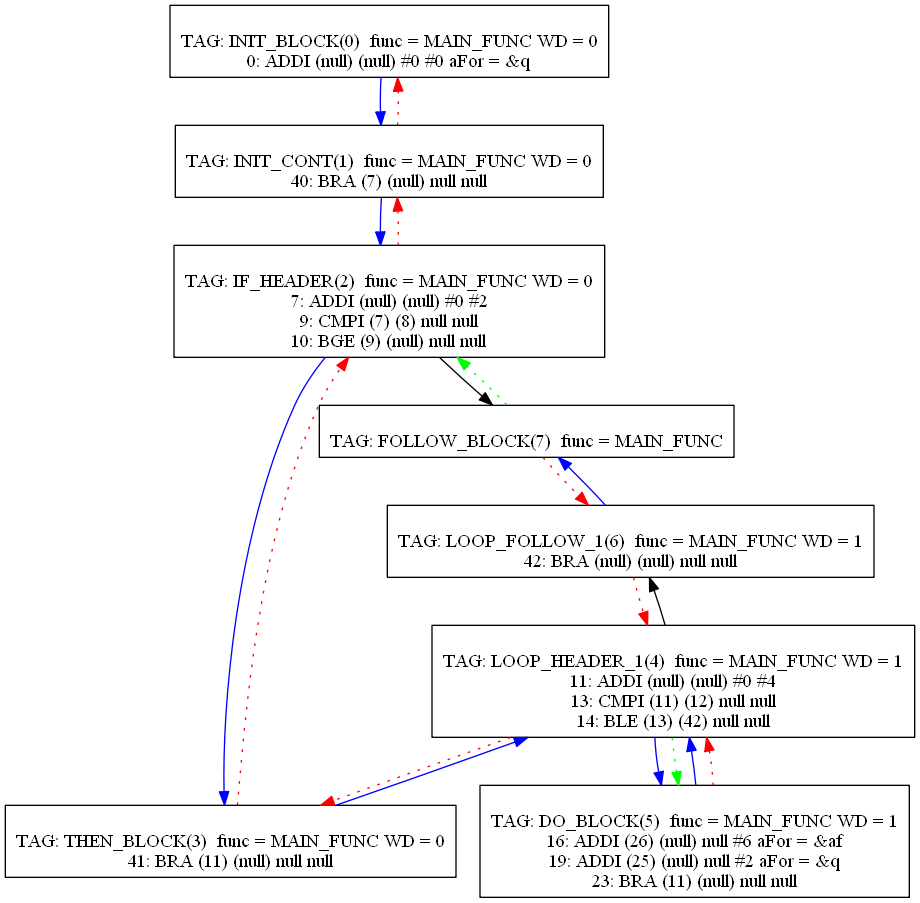
mbajaj92/Project-Astoria keeps this Graphviz diagram as Compiler/29graph.png. Above is the earlier version. Its source is kept beside it as Compiler/29graph.dot.
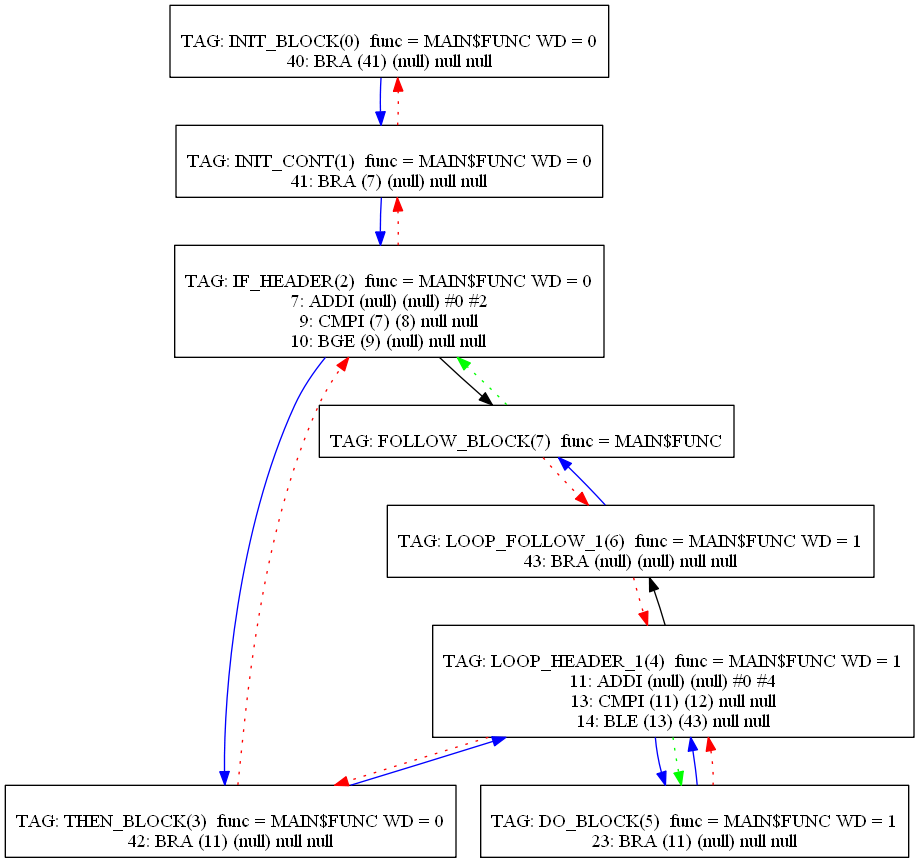
Later version of the same file.

Change to the diagram source:
```diff
@@ -1,19 +1,19 @@
 digraph {
 0[label="
-TAG: INIT_BLOCK(0)  func = MAIN_FUNC WD = 0
-0: ADDI (null) (null) #0 #0 aFor = &q
+TAG: INIT_BLOCK(0)  func = MAIN$FUNC WD = 0
+40: BRA (41) (null) null null
 "];
 0[shape=box];
 0 -> 1[color=blue]
 1[label="
-TAG: INIT_CONT(1)  func = MAIN_FUNC WD = 0
-40: BRA (7) (null) null null
+TAG: INIT_CONT(1)  func = MAIN$FUNC WD = 0
+41: BRA (7) (null) null null
 "];
 1[shape=box];
 1 -> 2[color=blue]
 1 -> 0[color=red][style=dotted]
 2[label="
-TAG: IF_HEADER(2)  func = MAIN_FUNC WD = 0
+TAG: IF_HEADER(2)  func = MAIN$FUNC WD = 0
 7: ADDI (null) (null) #0 #2
 9: CMPI (7) (8) null null
 10: BGE (9) (null) null null
@@ -23,17 +23,17 @@
 2 -> 7[color=black]
 2 -> 1[color=red][style=dotted]
 3[label="
-TAG: THEN_BLOCK(3)  func = MAIN_FUNC WD = 0
-41: BRA (11) (null) null null
+TAG: THEN_BLOCK(3)  func = MAIN$FUNC WD = 0
+42: BRA (11) (null) null null
 "];
 3[shape=box];
 3 -> 4[color=blue]
 3 -> 2[color=red][style=dotted]
 4[label="
-TAG: LOOP_HEADER_1(4)  func = MAIN_FUNC WD = 1
+TAG: LOOP_HEADER_1(4)  func = MAIN$FUNC WD = 1
 11: ADDI (null) (null) #0 #4
 13: CMPI (11) (12) null null
-14: BLE (13) (42) null null
+14: BLE (13) (43) null null
 "];
 4[shape=box];
 4 -> 5[color=blue]
@@ -41,23 +41,21 @@
 4 -> 3[color=red][style=dotted]
 4 -> 5[color=green][style=dotted]
 5[label="
-TAG: DO_BLOCK(5)  func = MAIN_FUNC WD = 1
-16: ADDI (26) (null) null #6 aFor = &af
-19: ADDI (25) (null) null #2 aFor = &q
+TAG: DO_BLOCK(5)  func = MAIN$FUNC WD = 1
 23: BRA (11) (null) null null
 "];
 5[shape=box];
 5 -> 4[color=blue]
 5 -> 4[color=red][style=dotted]
 6[label="
-TAG: LOOP_FOLLOW_1(6)  func = MAIN_FUNC WD = 1
-42: BRA (null) (null) null null
+TAG: LOOP_FOLLOW_1(6)  func = MAIN$FUNC WD = 1
+43: BRA (null) (null) null null
 "];
 6[shape=box];
 6 -> 7[color=blue]
 6 -> 4[color=red][style=dotted]
 7[label="
-TAG: FOLLOW_BLOCK(7)  func = MAIN_FUNC
+TAG: FOLLOW_BLOCK(7)  func = MAIN$FUNC
 "];
 7[shape=box];
 7 -> 6[color=red][style=dotted]
```
